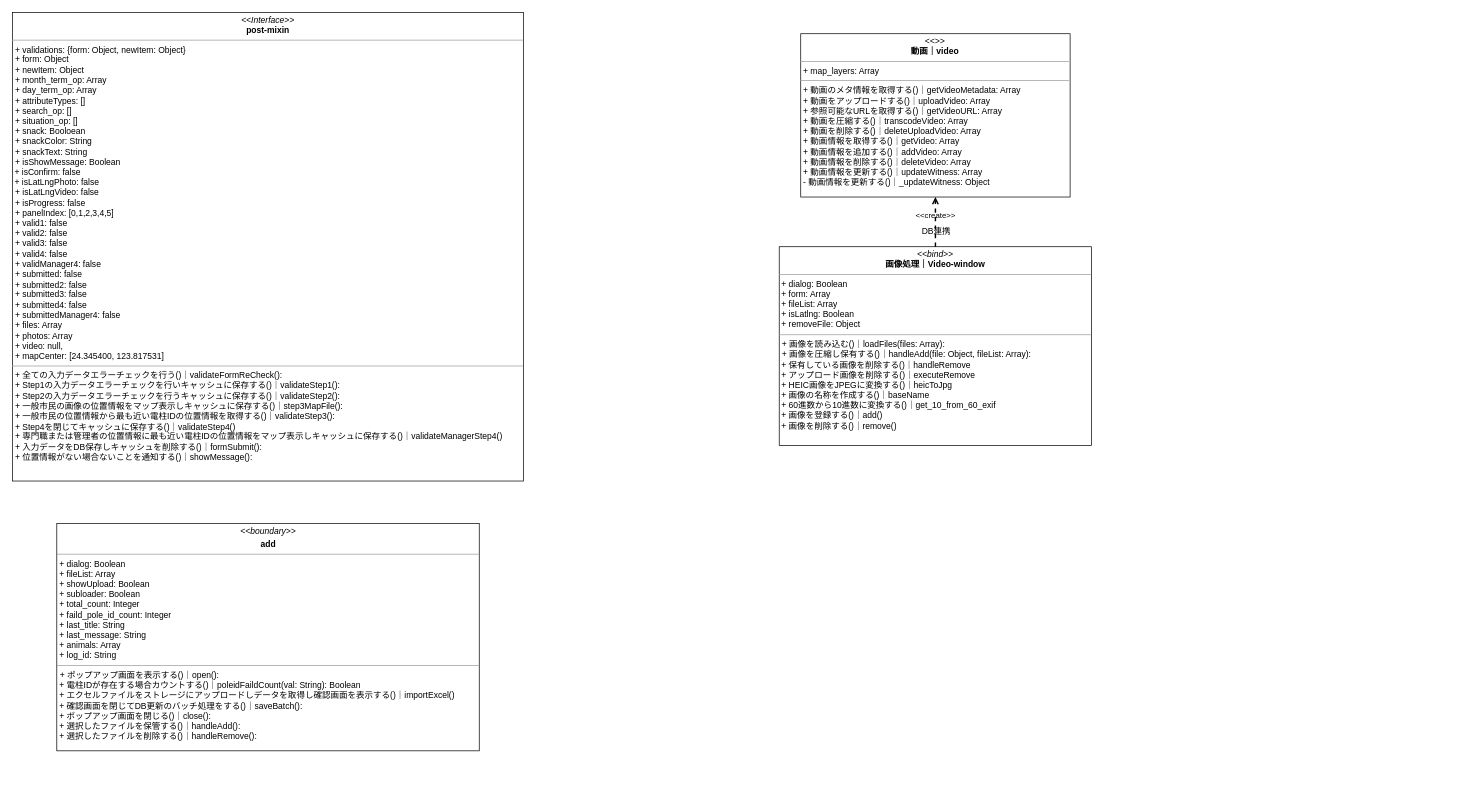
Earlier version of the draw.io diagram page "クラス図" (6 of 6) of Iriomote.drawio (kaoru387/draw.io). Source tidied: cells renumbered, new cells numbered last; positions are measured from the earlier drawing's top-left corner, leaving out a move shared by most shapes. Both pictures are drawn from the tidied source at 71%, with x=0, y=0 at pixel (12, 12).
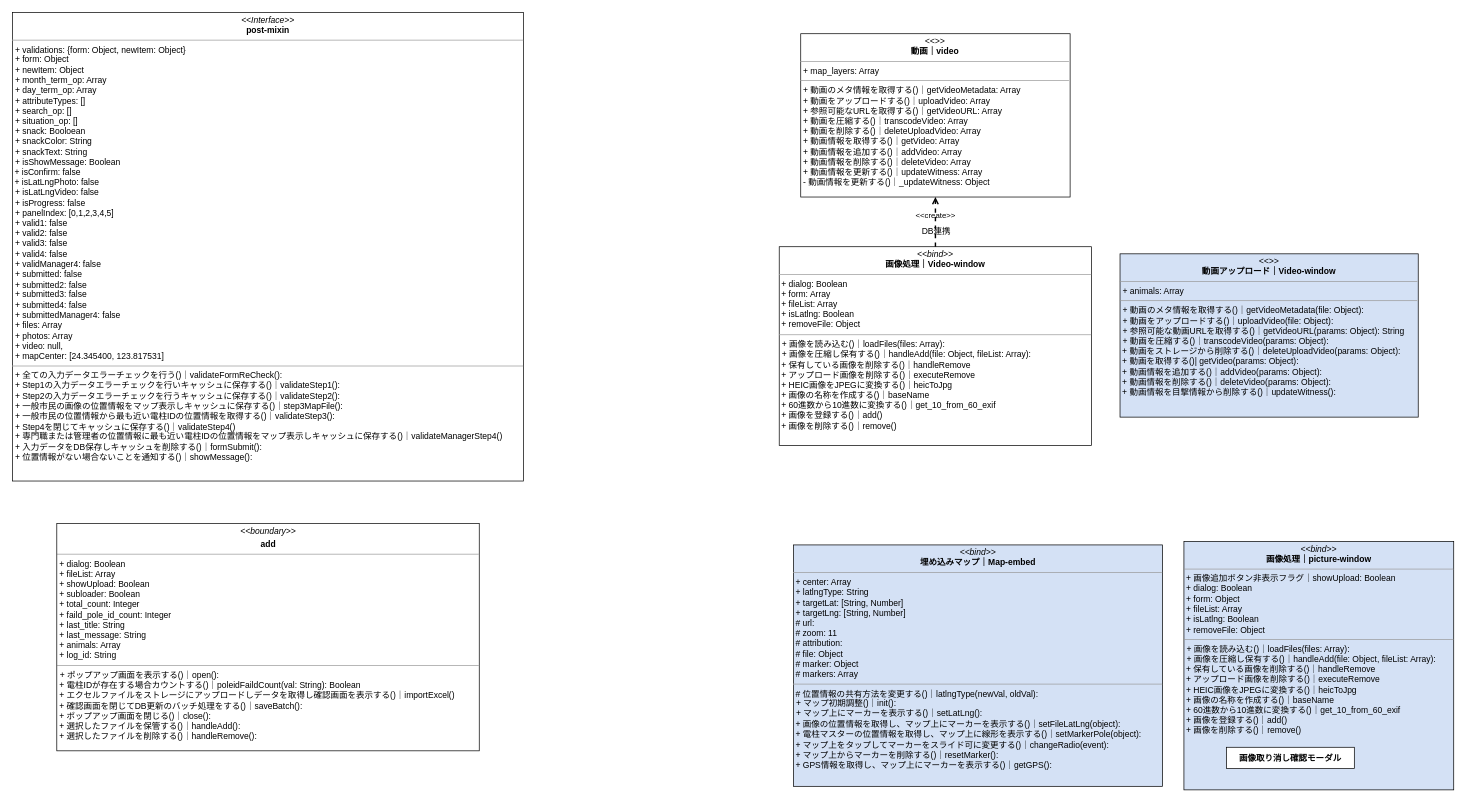
The same diagram, later.

The edit, as a diff of the source:
```diff
@@
 <mxGraphModel>
   <root>
     <mxCell id="0" />
     <mxCell id="1" parent="0" />
     <mxCell id="2" value="&lt;p style=&quot;margin:0px;margin-top:4px;text-align:center;&quot;&gt;&lt;i&gt;&amp;lt;&amp;lt;bind&amp;gt;&amp;gt;&lt;/i&gt;&lt;br&gt;&lt;b&gt;画像処理｜Video-window&lt;/b&gt;&lt;/p&gt;&lt;hr size=&quot;1&quot;&gt;&lt;div&gt;&lt;span style=&quot;background-color: initial;&quot;&gt;&amp;nbsp;+ dialog: Boolean&lt;/span&gt;&lt;br&gt;&lt;/div&gt;&lt;div&gt;&amp;nbsp;+ form: Array&lt;span style=&quot;background-color: initial;&quot;&gt;&lt;br&gt;&lt;/span&gt;&lt;/div&gt;&lt;div&gt;&amp;nbsp;+ fileList: Array&amp;nbsp;&lt;/div&gt;&lt;div&gt;&lt;span style=&quot;background-color: initial;&quot;&gt;&amp;nbsp;+ isLatlng: Boolean&lt;/span&gt;&lt;/div&gt;&lt;div&gt;&lt;span style=&quot;background-color: initial;&quot;&gt;&amp;nbsp;+ removeFile: Object&lt;/span&gt;&lt;/div&gt;&lt;hr size=&quot;1&quot;&gt;&lt;p style=&quot;margin:0px;margin-left:4px;&quot;&gt;&lt;span style=&quot;background-color: initial;&quot;&gt;+ 画像を読み込む()｜loadFiles(files: Array):&amp;nbsp;&lt;/span&gt;&lt;/p&gt;&lt;p style=&quot;margin:0px;margin-left:4px;&quot;&gt;+ 画像を圧縮し保有する()｜handleAdd(file: Object, fileList: Array):&amp;nbsp;&lt;span style=&quot;background-color: initial;&quot;&gt;&lt;br&gt;&lt;/span&gt;&lt;/p&gt;&amp;nbsp;+ 保有している画像を削除する()｜&lt;span style=&quot;background-color: initial;&quot;&gt;handleRemove&lt;/span&gt;&lt;br&gt;&amp;nbsp;+ アップロード画像を削除する()｜&lt;span style=&quot;background-color: initial;&quot;&gt;executeRemove&lt;/span&gt;&lt;br&gt;&amp;nbsp;+ HEIC画像をJPEGに変換する()｜&lt;span style=&quot;background-color: initial;&quot;&gt;heicToJpg&lt;/span&gt;&lt;br&gt;&amp;nbsp;+ 画像の名称を作成する()｜&lt;span style=&quot;background-color: initial;&quot;&gt;baseName&lt;/span&gt;&lt;br&gt;&amp;nbsp;+ 60進数から10進数に変換する()｜&lt;span style=&quot;background-color: initial;&quot;&gt;get_10_from_60_exif&lt;/span&gt;&lt;br&gt;&amp;nbsp;+ 画像を登録する()｜add()&lt;br&gt;&amp;nbsp;&lt;span style=&quot;background-color: initial;&quot;&gt;+ 画像を削除&lt;/span&gt;する()｜&lt;span style=&quot;background-color: initial;&quot;&gt;remove()&lt;/span&gt;" style="verticalAlign=top;align=left;overflow=fill;fontSize=12;fontFamily=Helvetica;html=1;" parent="1" vertex="1">
       <mxGeometry x="1080" y="330" width="440" height="280" as="geometry" />
     </mxCell>
     <mxCell id="3" value="&lt;p style=&quot;margin:0px;margin-top:4px;text-align:center;&quot;&gt;&lt;i&gt;&amp;lt;&amp;lt;&amp;gt;&amp;gt;&lt;/i&gt;&lt;br&gt;&lt;b&gt;動画｜video&lt;/b&gt;&lt;br&gt;&lt;/p&gt;&lt;hr size=&quot;1&quot;&gt;&lt;p style=&quot;margin:0px;margin-left:4px;&quot;&gt;+ map_layers: Array&lt;/p&gt;&lt;hr size=&quot;1&quot;&gt;&lt;p style=&quot;margin:0px;margin-left:4px;&quot;&gt;&lt;span style=&quot;background-color: initial;&quot;&gt;+ 動画のメタ情報を取得する()｜getVideoMetadata: Array&lt;/span&gt;&lt;br&gt;&lt;/p&gt;&lt;p style=&quot;margin:0px;margin-left:4px;&quot;&gt;+ 動画をアップロードする()｜uploadVideo: Array&lt;/p&gt;&lt;p style=&quot;margin:0px;margin-left:4px;&quot;&gt;+ 参照可能なURLを取得する()｜getVideoURL: Array&lt;/p&gt;&lt;p style=&quot;margin:0px;margin-left:4px;&quot;&gt;+ 動画を圧縮する()｜transcodeVideo: Array&lt;/p&gt;&lt;p style=&quot;margin:0px;margin-left:4px;&quot;&gt;+ 動画を削除する()｜deleteUploadVideo: Array&lt;/p&gt;&lt;p style=&quot;margin:0px;margin-left:4px;&quot;&gt;+ 動画情報を取得する()｜getVideo: Array&lt;/p&gt;&lt;p style=&quot;margin:0px;margin-left:4px;&quot;&gt;+ 動画情報を追加する()｜addVideo: Array&lt;/p&gt;&lt;p style=&quot;margin:0px;margin-left:4px;&quot;&gt;+ 動画情報を削除する()｜deleteVideo: Array&lt;/p&gt;&lt;p style=&quot;margin:0px;margin-left:4px;&quot;&gt;+ 動画情報を更新する()｜updateWitness: Array&lt;/p&gt;&lt;p style=&quot;margin:0px;margin-left:4px;&quot;&gt;&lt;span style=&quot;background-color: initial;&quot;&gt;&lt;/span&gt;&lt;/p&gt;&lt;p style=&quot;margin:0px;margin-left:4px;&quot;&gt;- 動画情報を更新する&lt;span style=&quot;background-color: initial;&quot;&gt;()｜_updateWitness: Object&lt;/span&gt;&lt;/p&gt;" style="verticalAlign=top;align=left;overflow=fill;fontSize=12;fontFamily=Helvetica;html=1;fontColor=#000000;" parent="1" vertex="1">
       <mxGeometry x="1110.3" y="30" width="379.4" height="230" as="geometry" />
     </mxCell>
     <mxCell id="4" value="&amp;lt;&amp;lt;create&amp;gt;&amp;gt;" style="endArrow=open;html=1;rounded=0;align=center;verticalAlign=bottom;dashed=1;endFill=0;labelBackgroundColor=none;fontColor=#000000;startSize=22;endSize=6;sourcePerimeterSpacing=0;targetPerimeterSpacing=0;strokeWidth=2;jumpSize=6;entryX=0.5;entryY=1;entryDx=0;entryDy=0;exitX=0.5;exitY=0;exitDx=0;exitDy=0;" parent="1" edge="1" source="2" target="3">
       <mxGeometry relative="1" as="geometry" />
     </mxCell>
     <mxCell id="5" value="DB連携" style="html=1;align=center;verticalAlign=top;labelBackgroundColor=none;fontColor=#000000;" parent="4" vertex="1">
       <mxGeometry relative="1" as="geometry" />
     </mxCell>
     <mxCell id="6" value="&lt;p style=&quot;margin:0px;margin-top:4px;text-align:center;&quot;&gt;&lt;i&gt;&amp;lt;&amp;lt;Interface&amp;gt;&amp;gt;&lt;/i&gt;&lt;br&gt;&lt;b&gt;post-mixin&lt;/b&gt;&lt;/p&gt;&lt;hr size=&quot;1&quot;&gt;&lt;p style=&quot;margin:0px;margin-left:4px;&quot;&gt;+ validations: {form: Object, newItem: Object}&lt;br&gt;+&amp;nbsp;form: Object&lt;/p&gt;&lt;p style=&quot;margin:0px;margin-left:4px;&quot;&gt;+ newItem: Object&lt;br&gt;&lt;/p&gt;&lt;p style=&quot;margin:0px;margin-left:4px;&quot;&gt;+&amp;nbsp;month_term_op: Array&lt;/p&gt;&lt;p style=&quot;margin:0px;margin-left:4px;&quot;&gt;+&amp;nbsp;day_term_op: Array&lt;/p&gt;&lt;p style=&quot;margin:0px;margin-left:4px;&quot;&gt;+&amp;nbsp;attributeTypes: []&lt;/p&gt;&lt;p style=&quot;margin:0px;margin-left:4px;&quot;&gt;+&amp;nbsp;search_op: []&lt;/p&gt;&lt;p style=&quot;margin:0px;margin-left:4px;&quot;&gt;+&amp;nbsp;situation_op: []&lt;/p&gt;&lt;p style=&quot;margin:0px;margin-left:4px;&quot;&gt;+ snack: Booloean&lt;/p&gt;&lt;p style=&quot;margin:0px;margin-left:4px;&quot;&gt;+ snackColor: String&lt;/p&gt;&lt;p style=&quot;margin:0px;margin-left:4px;&quot;&gt;+&amp;nbsp;snackText: String&lt;/p&gt;&lt;p style=&quot;margin:0px;margin-left:4px;&quot;&gt;+&amp;nbsp;isShowMessage: Boolean&lt;/p&gt;&amp;nbsp;+&amp;nbsp;&lt;span style=&quot;background-color: initial;&quot;&gt;isConfirm&lt;/span&gt;: false&lt;br&gt;&amp;nbsp;+&amp;nbsp;&lt;span style=&quot;background-color: initial;&quot;&gt;isLatLngPhoto: false&lt;/span&gt;&lt;br&gt;&lt;p style=&quot;margin:0px;margin-left:4px;&quot;&gt;+ isLatLngVideo: false&lt;/p&gt;&lt;p style=&quot;margin:0px;margin-left:4px;&quot;&gt;+ isProgress: false&lt;/p&gt;&lt;p style=&quot;margin:0px;margin-left:4px;&quot;&gt;+ panelIndex: [0,1,2,3,4,5]&lt;/p&gt;&lt;p style=&quot;margin:0px;margin-left:4px;&quot;&gt;+ valid1: false&lt;/p&gt;&lt;p style=&quot;margin:0px;margin-left:4px;&quot;&gt;+ valid2: false&lt;/p&gt;&lt;p style=&quot;margin:0px;margin-left:4px;&quot;&gt;+ valid3: false&lt;/p&gt;&lt;p style=&quot;margin:0px;margin-left:4px;&quot;&gt;+ valid4: false&lt;/p&gt;&lt;p style=&quot;margin:0px;margin-left:4px;&quot;&gt;+ validManager4: false&lt;/p&gt;&lt;p style=&quot;margin:0px;margin-left:4px;&quot;&gt;+ submitted: false&lt;/p&gt;&lt;p style=&quot;margin:0px;margin-left:4px;&quot;&gt;+ submitted2: false&lt;/p&gt;&lt;p style=&quot;margin:0px;margin-left:4px;&quot;&gt;+ submitted3: false&lt;/p&gt;&lt;p style=&quot;margin:0px;margin-left:4px;&quot;&gt;+ submitted4: false&lt;/p&gt;&lt;p style=&quot;margin:0px;margin-left:4px;&quot;&gt;+ submittedManager4: false&lt;/p&gt;&lt;p style=&quot;margin:0px;margin-left:4px;&quot;&gt;+ files: Array&lt;/p&gt;&lt;p style=&quot;margin:0px;margin-left:4px;&quot;&gt;+ photos: Array&lt;/p&gt;&lt;p style=&quot;margin:0px;margin-left:4px;&quot;&gt;+ video: null,&lt;/p&gt;&lt;p style=&quot;margin:0px;margin-left:4px;&quot;&gt;+ mapCenter: [24.345400, 123.817531]&lt;/p&gt;&lt;hr size=&quot;1&quot;&gt;&lt;p style=&quot;margin:0px;margin-left:4px;&quot;&gt;&lt;span style=&quot;background-color: initial;&quot;&gt;+ 全ての入力データエラーチェックを行う()｜validateFormReCheck():&amp;nbsp;&lt;/span&gt;&lt;/p&gt;&lt;p style=&quot;margin:0px;margin-left:4px;&quot;&gt;+ Step1の入力データエラーチェックを行いキャッシュに保存する()｜validateStep1():&lt;/p&gt;&lt;p style=&quot;margin:0px;margin-left:4px;&quot;&gt;+ Step2の入力データエラーチェックを行うキャッシュに保存する()｜validateStep2():&lt;/p&gt;&lt;p style=&quot;margin:0px;margin-left:4px;&quot;&gt;+ 一般市民の画像の位置情報をマップ表示しキャッシュに保存する()｜step3MapFile():&lt;/p&gt;&lt;p style=&quot;margin:0px;margin-left:4px;&quot;&gt;+ 一般市民の位置情報から最も近い電柱IDの位置情報を取得する()｜validateStep3():&lt;/p&gt;&lt;p style=&quot;margin:0px;margin-left:4px;&quot;&gt;+ Step4を閉じてキャッシュに保存する()｜validateStep4()&lt;/p&gt;&lt;p style=&quot;margin:0px;margin-left:4px;&quot;&gt;+ 専門職または管理者の位置情報に最も近い電柱IDの位置情報をマップ表示しキャッシュに保存する()｜validateManagerStep4()&lt;/p&gt;&lt;p style=&quot;margin:0px;margin-left:4px;&quot;&gt;+ 入力データをDB保存しキャッシュを削除する()｜formSubmit():&lt;/p&gt;&lt;p style=&quot;margin:0px;margin-left:4px;&quot;&gt;+ 位置情報がない場合ないことを通知する()｜showMessage():&amp;nbsp;&lt;/p&gt;" style="verticalAlign=top;align=left;overflow=fill;fontSize=12;fontFamily=Helvetica;html=1;" parent="1" vertex="1">
       <mxGeometry width="720" height="660" as="geometry" />
     </mxCell>
     <mxCell id="7" value="&lt;p style=&quot;margin:0px;margin-top:4px;text-align:center;&quot;&gt;&lt;i&gt;&amp;lt;&amp;lt;boundary&amp;gt;&amp;gt;&lt;/i&gt;&lt;b&gt;&lt;br&gt;&lt;/b&gt;&lt;/p&gt;&lt;p style=&quot;margin:0px;margin-top:4px;text-align:center;&quot;&gt;&lt;b&gt;add&lt;/b&gt;&lt;/p&gt;&lt;hr size=&quot;1&quot;&gt;&lt;div&gt;&amp;nbsp;+ dialog: Boolean&lt;/div&gt;&lt;div&gt;&amp;nbsp;+ fileList: Array&amp;nbsp;&lt;/div&gt;&lt;div&gt;&amp;nbsp;+ showUpload: Boolean&lt;/div&gt;&lt;div&gt;&amp;nbsp;+ subloader: Boolean&lt;/div&gt;&lt;div&gt;&amp;nbsp;+ total_count: Integer&lt;/div&gt;&lt;div&gt;&amp;nbsp;+ faild_pole_id_count: Integer&lt;/div&gt;&lt;div&gt;&amp;nbsp;+ last_title: String&lt;/div&gt;&lt;div&gt;&amp;nbsp;+ last_message: String&lt;/div&gt;&lt;div&gt;&amp;nbsp;+ animals: Array&lt;/div&gt;&lt;div&gt;&amp;nbsp;+ log_id: String&lt;/div&gt;&lt;hr size=&quot;1&quot;&gt;&lt;p style=&quot;margin:0px;margin-left:4px;&quot;&gt;&lt;span style=&quot;background-color: initial;&quot;&gt;+ ポップアップ画面を表示する()｜open():&amp;nbsp;&lt;/span&gt;&lt;/p&gt;&amp;nbsp;+&amp;nbsp;電柱IDが存在する場合カウントする()｜poleidFaildCount(val: String): Boolean&lt;br&gt;&amp;nbsp;+ エクセルファイルをストレージにアップロードしデータを取得し確認画面を表示する()｜importExcel()&lt;br&gt;&amp;nbsp;+ 確認画面を閉じてDB更新のバッチ処理をする()｜saveBatch():&amp;nbsp;&lt;br&gt;&amp;nbsp;+ ポップアップ画面を閉じる()｜close():&amp;nbsp;&lt;br&gt;&amp;nbsp;+ 選択したファイルを保管する()｜handleAdd():&amp;nbsp;&lt;br&gt;&amp;nbsp;+ 選択したファイルを削除する()｜handleRemove():&amp;nbsp;" style="verticalAlign=top;align=left;overflow=fill;fontSize=12;fontFamily=Helvetica;html=1;" parent="1" vertex="1">
       <mxGeometry x="62.5" y="720" width="595" height="320" as="geometry" />
     </mxCell>
+    <mxCell id="8" value="&lt;p style=&quot;margin:0px;margin-top:4px;text-align:center;&quot;&gt;&lt;i&gt;&amp;lt;&amp;lt;&amp;gt;&amp;gt;&lt;/i&gt;&lt;br&gt;&lt;b&gt;動画アップロード｜Video-window&lt;/b&gt;&lt;br&gt;&lt;/p&gt;&lt;hr size=&quot;1&quot;&gt;&lt;p style=&quot;margin:0px;margin-left:4px;&quot;&gt;+ animals: Array&lt;/p&gt;&lt;hr size=&quot;1&quot;&gt;&lt;p style=&quot;margin:0px;margin-left:4px;&quot;&gt;&lt;span style=&quot;background-color: initial;&quot;&gt;+ 動画のメタ情報を取得する()｜getVideoMetadata(file: Object):&amp;nbsp;&lt;/span&gt;&lt;br&gt;&lt;/p&gt;&lt;p style=&quot;margin:0px;margin-left:4px;&quot;&gt;+ 動画をアップロードする()｜uploadVideo(file: Object):&lt;/p&gt;&lt;p style=&quot;margin:0px;margin-left:4px;&quot;&gt;&lt;span style=&quot;background-color: initial;&quot;&gt;+ 参照可能な動画URLを取得する()｜getVideoURL(params: Object): String&lt;/span&gt;&lt;/p&gt;&lt;p style=&quot;margin:0px;margin-left:4px;&quot;&gt;+ 動画を圧縮する()｜transcodeVideo(params: Object):&lt;br&gt;&lt;/p&gt;&amp;nbsp;+ 動画をストレージから削除する()｜&lt;span style=&quot;background-color: initial;&quot;&gt;deleteUploadVideo&lt;/span&gt;(params: Object):&lt;br&gt;&amp;nbsp;+ 動画を取得する()|&amp;nbsp;getVideo(params: Object):&lt;br&gt;&amp;nbsp;+ 動画情報を追加する()｜addVideo(params: Object):&lt;br&gt;&amp;nbsp;+ 動画情報を削除する()｜deleteVideo(params: Object):&lt;br&gt;&amp;nbsp;+ 動画情報を目撃情報から削除する()｜updateWitness():&amp;nbsp;" style="verticalAlign=top;align=left;overflow=fill;fontSize=12;fontFamily=Helvetica;html=1;fontColor=#000000;fillColor=#D4E1F5;" parent="1" vertex="1">
+      <mxGeometry x="1560" y="340" width="420" height="230" as="geometry" />
+    </mxCell>
+    <mxCell id="9" value="&lt;p style=&quot;margin:0px;margin-top:4px;text-align:center;&quot;&gt;&lt;i&gt;&amp;lt;&amp;lt;bind&amp;gt;&amp;gt;&lt;/i&gt;&lt;br&gt;&lt;b style=&quot;background-color: initial;&quot;&gt;埋め込みマップ｜Map-embed&lt;/b&gt;&lt;/p&gt;&lt;hr size=&quot;1&quot;&gt;&lt;div&gt;&amp;nbsp;+ center: Array&lt;/div&gt;&lt;div&gt;&amp;nbsp;+&amp;nbsp;latlngType: String&lt;br&gt;&lt;/div&gt;&lt;div&gt;&amp;nbsp;+&amp;nbsp;targetLat: [String, Number]&lt;br&gt;&lt;/div&gt;&lt;div&gt;&amp;nbsp;+&amp;nbsp;targetLng: [String, Number]&lt;br&gt;&lt;/div&gt;&lt;div&gt;&amp;nbsp;# url:&amp;nbsp;&lt;/div&gt;&lt;div&gt;&amp;nbsp;# zoom: 11&lt;/div&gt;&lt;div&gt;&amp;nbsp;#&amp;nbsp;attribution:&amp;nbsp;&lt;/div&gt;&lt;div&gt;&amp;nbsp;#&amp;nbsp;file: Object&lt;/div&gt;&lt;div&gt;&amp;nbsp;#&amp;nbsp;marker: Object&lt;br&gt;&lt;/div&gt;&lt;div&gt;&amp;nbsp;# markers: Array&lt;br&gt;&lt;/div&gt;&lt;hr size=&quot;1&quot;&gt;&lt;p style=&quot;margin:0px;margin-left:4px;&quot;&gt;&lt;/p&gt;&amp;nbsp;# 位置情報の共有方法を変更する()｜latlngType(newVal, oldVal):&amp;nbsp;&lt;p style=&quot;margin:0px;margin-left:4px;&quot;&gt;&lt;span style=&quot;background-color: initial;&quot;&gt;+ マップ初期調整()｜init():&amp;nbsp;&lt;/span&gt;&lt;/p&gt;&lt;p style=&quot;margin:0px;margin-left:4px;&quot;&gt;+ マップ上にマーカーを表示する()｜setLatLng():&amp;nbsp;&lt;/p&gt;&amp;nbsp;+ 画像の位置情報を取得し、マップ上にマーカーを表示する()｜&lt;span style=&quot;background-color: initial;&quot;&gt;setFileLatLng(object):&amp;nbsp;&lt;br&gt;&lt;/span&gt;&amp;nbsp;+ 電柱マスターの位置情報を取得し、マップ上に線形を表示する()｜setMarkerPole(object):&amp;nbsp;&lt;br&gt;&amp;nbsp;+ マップ上をタップしてマーカーをスライド可に変更する()｜changeRadio(event):&amp;nbsp;&lt;br&gt;&amp;nbsp;+ マップ上からマーカーを削除する()｜resetMarker():&amp;nbsp;&lt;br&gt;&amp;nbsp;+ GPS情報を取得し、マップ上にマーカーを表示する()｜getGPS():&amp;nbsp;&lt;br&gt;&amp;nbsp;" style="verticalAlign=top;align=left;overflow=fill;fontSize=12;fontFamily=Helvetica;html=1;fillColor=#D4E1F5;" parent="1" vertex="1">
+      <mxGeometry x="1100" y="750" width="520" height="340" as="geometry" />
+    </mxCell>
+    <mxCell id="10" value="&lt;p style=&quot;margin:0px;margin-top:4px;text-align:center;&quot;&gt;&lt;i&gt;&amp;lt;&amp;lt;bind&amp;gt;&amp;gt;&lt;/i&gt;&lt;br&gt;&lt;b&gt;画像処理｜picture-window&lt;/b&gt;&lt;/p&gt;&lt;hr size=&quot;1&quot;&gt;&lt;div&gt;&amp;nbsp;+ 画像追加ボタン非表示フラグ｜showUpload: Boolean&lt;span style=&quot;background-color: initial;&quot;&gt;&lt;br&gt;&lt;/span&gt;&lt;/div&gt;&lt;div&gt;&lt;span style=&quot;background-color: initial;&quot;&gt;&amp;nbsp;+ dialog: Boolean&lt;/span&gt;&lt;br&gt;&lt;/div&gt;&lt;div&gt;&amp;nbsp;+ form: Object&lt;span style=&quot;background-color: initial;&quot;&gt;&lt;br&gt;&lt;/span&gt;&lt;/div&gt;&lt;div&gt;&amp;nbsp;+ fileList: Array&amp;nbsp;&lt;/div&gt;&lt;div&gt;&lt;span style=&quot;background-color: initial;&quot;&gt;&amp;nbsp;+ isLatlng: Boolean&lt;/span&gt;&lt;/div&gt;&lt;div&gt;&lt;span style=&quot;background-color: initial;&quot;&gt;&amp;nbsp;+ removeFile: Object&lt;/span&gt;&lt;/div&gt;&lt;hr size=&quot;1&quot;&gt;&lt;p style=&quot;margin:0px;margin-left:4px;&quot;&gt;&lt;span style=&quot;background-color: initial;&quot;&gt;+ 画像を読み込む()｜loadFiles(files: Array):&amp;nbsp;&lt;/span&gt;&lt;/p&gt;&lt;p style=&quot;margin:0px;margin-left:4px;&quot;&gt;+ 画像を圧縮し保有する()｜handleAdd(file: Object, fileList: Array):&amp;nbsp;&lt;span style=&quot;background-color: initial;&quot;&gt;&lt;br&gt;&lt;/span&gt;&lt;/p&gt;&amp;nbsp;+ 保有している画像を削除する()｜&lt;span style=&quot;background-color: initial;&quot;&gt;handleRemove&lt;/span&gt;&lt;br&gt;&amp;nbsp;+ アップロード画像を削除する()｜&lt;span style=&quot;background-color: initial;&quot;&gt;executeRemove&lt;/span&gt;&lt;br&gt;&amp;nbsp;+ HEIC画像をJPEGに変換する()｜&lt;span style=&quot;background-color: initial;&quot;&gt;heicToJpg&lt;/span&gt;&lt;br&gt;&amp;nbsp;+ 画像の名称を作成する()｜&lt;span style=&quot;background-color: initial;&quot;&gt;baseName&lt;/span&gt;&lt;br&gt;&amp;nbsp;+ 60進数から10進数に変換する()｜&lt;span style=&quot;background-color: initial;&quot;&gt;get_10_from_60_exif&lt;/span&gt;&lt;br&gt;&amp;nbsp;+ 画像を登録する()｜add()&lt;br&gt;&amp;nbsp;&lt;span style=&quot;background-color: initial;&quot;&gt;+ 画像を削除&lt;/span&gt;する()｜&lt;span style=&quot;background-color: initial;&quot;&gt;remove()&lt;br&gt;&lt;br&gt;&lt;/span&gt;" style="verticalAlign=top;align=left;overflow=fill;fontSize=12;fontFamily=Helvetica;html=1;fillColor=#D4E1F5;" parent="1" vertex="1">
+      <mxGeometry x="1650" y="745" width="380" height="350" as="geometry" />
+    </mxCell>
+    <mxCell id="11" value="画像取り消し確認モーダル" style="fontStyle=1;fillColor=#FFFFFF;" parent="1" vertex="1">
+      <mxGeometry x="1710" y="1035" width="180" height="30" as="geometry" />
+    </mxCell>
   </root>
 </mxGraphModel>
```
